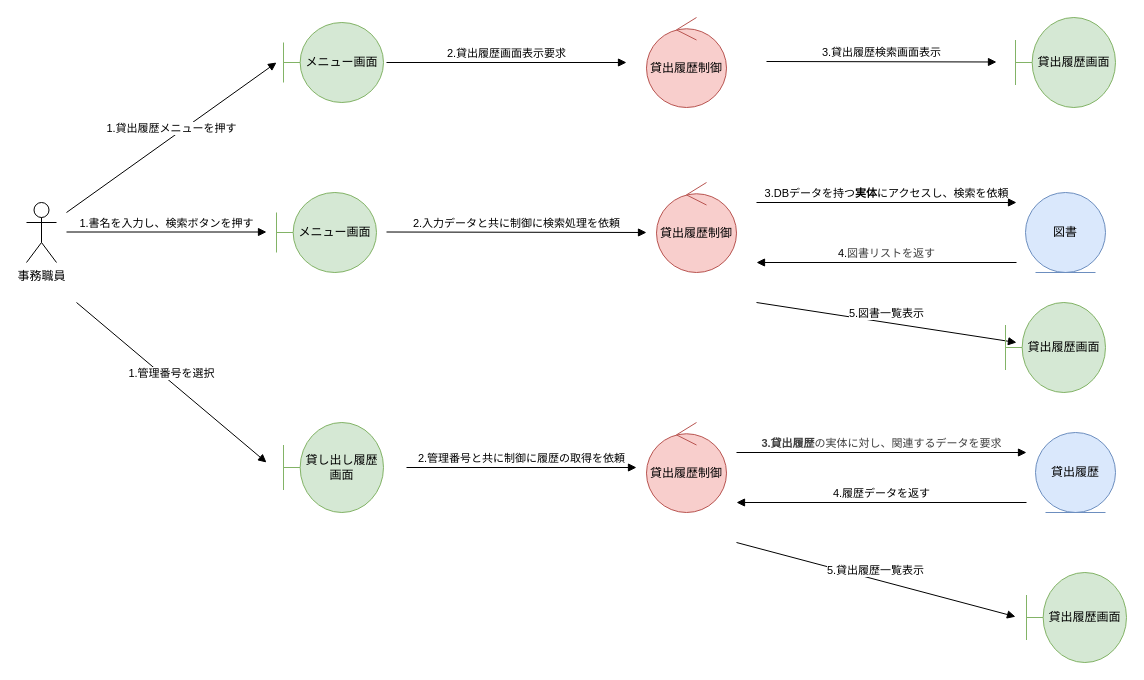
Before: roba_04.drawio in mameiku/group3-4-No.2, a draw.io diagram. Source tidied: cells renumbered, new cells numbered last; positions are measured from the earlier drawing's top-left corner, leaving out a move shared by most shapes. Both pictures are drawn from the tidied source at 100%, with x=0, y=0 at pixel (26, 17).
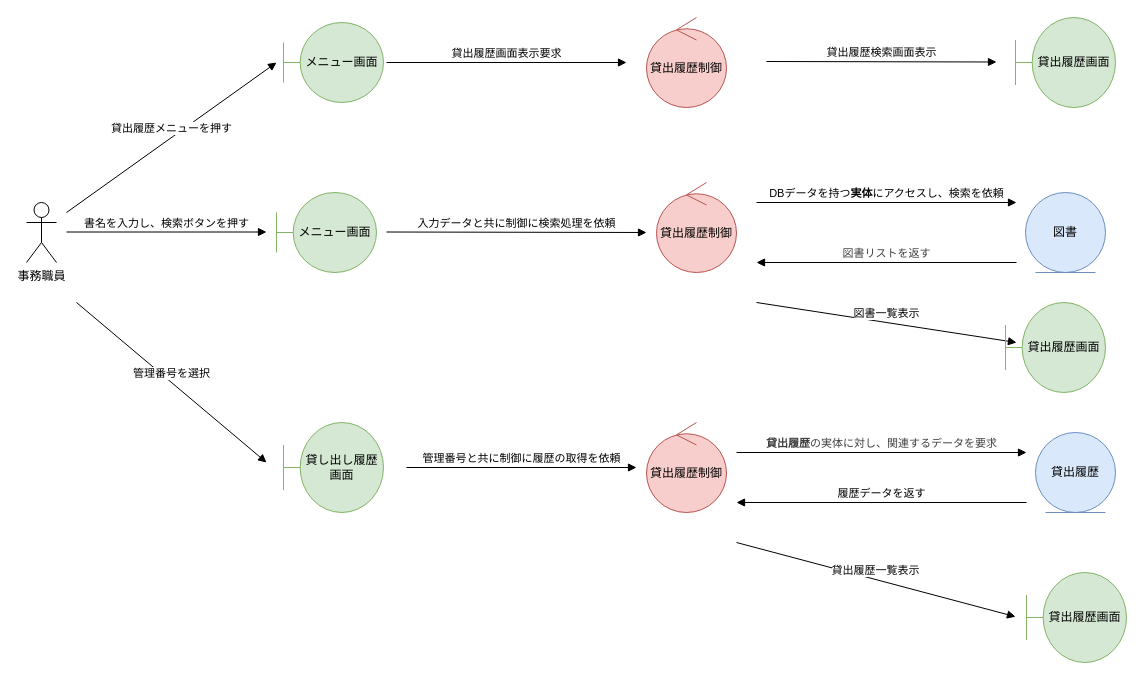
The same diagram, later.

Diff of the diagram source:
```diff
@@
-    <mxCell id="3" value="メニュー画面" style="shape=umlBoundary;whiteSpace=wrap;html=1;fillColor=#d5e8d4;strokeColor=#82b366;" parent="1" vertex="1">
+    <mxCell id="3" value="メニュー画面" style="shape=umlBoundary;whiteSpace=wrap;html=1;fillColor=#D5E8D4;strokeColor=#82b366;" parent="1" vertex="1">
       <mxGeometry x="257" y="5" width="100" height="80" as="geometry" />
     </mxCell>
@@
-    <mxCell id="7" value="1.貸出履歴メニューを押す" style="html=1;verticalAlign=bottom;endArrow=block;curved=0;rounded=0;" parent="1" edge="1">
+    <mxCell id="7" value="貸出履歴メニューを押す" style="html=1;verticalAlign=bottom;endArrow=block;curved=0;rounded=0;" parent="1" edge="1">
       <mxGeometry relative="1" as="geometry">
         <mxPoint x="40" y="195" as="sourcePoint" />
         <mxPoint x="250" y="45" as="targetPoint" />
       </mxGeometry>
     </mxCell>
-    <mxCell id="8" value="2.貸出履歴画面表示要求" style="html=1;verticalAlign=bottom;endArrow=block;curved=0;rounded=0;" parent="1" edge="1">
+    <mxCell id="8" value="貸出履歴画面表示要求" style="html=1;verticalAlign=bottom;endArrow=block;curved=0;rounded=0;" parent="1" edge="1">
       <mxGeometry relative="1" as="geometry">
         <mxPoint x="360" y="45" as="sourcePoint" />
         <mxPoint x="600" y="45" as="targetPoint" />
       </mxGeometry>
     </mxCell>
-    <mxCell id="9" value="3.貸出履歴検索画面表示" style="html=1;verticalAlign=bottom;endArrow=block;curved=0;rounded=0;" parent="1" edge="1">
+    <mxCell id="9" value="貸出履歴検索画面表示" style="html=1;verticalAlign=bottom;endArrow=block;curved=0;rounded=0;" parent="1" edge="1">
       <mxGeometry relative="1" as="geometry">
         <mxPoint x="740" y="44" as="sourcePoint" />
         <mxPoint x="970" y="44.5" as="targetPoint" />
       </mxGeometry>
     </mxCell>
@@
-    <mxCell id="11" value="1.書名を入力し、検索ボタンを押す" style="html=1;verticalAlign=bottom;endArrow=block;curved=0;rounded=0;" parent="1" edge="1">
+    <mxCell id="11" value="書名を入力し、検索ボタンを押す" style="html=1;verticalAlign=bottom;endArrow=block;curved=0;rounded=0;" parent="1" edge="1">
       <mxGeometry relative="1" as="geometry">
         <mxPoint x="40" y="214.5" as="sourcePoint" />
         <mxPoint x="240" y="214.5" as="targetPoint" />
       </mxGeometry>
     </mxCell>
@@
-    <mxCell id="13" value="2.入力データと共に制御に検索処理を依頼" style="html=1;verticalAlign=bottom;endArrow=block;curved=0;rounded=0;" parent="1" edge="1">
+    <mxCell id="13" value="入力データと共に制御に検索処理を依頼" style="html=1;verticalAlign=bottom;endArrow=block;curved=0;rounded=0;" parent="1" edge="1">
       <mxGeometry relative="1" as="geometry">
         <mxPoint x="360" y="214.5" as="sourcePoint" />
         <mxPoint x="620" y="215" as="targetPoint" />
       </mxGeometry>
     </mxCell>
-    <mxCell id="14" value="3.DBデータを持つ&lt;b&gt;実体&lt;/b&gt;にアクセスし、検索を依頼" style="html=1;verticalAlign=bottom;endArrow=block;curved=0;rounded=0;" parent="1" edge="1">
+    <mxCell id="14" value="DBデータを持つ&lt;b&gt;実体&lt;/b&gt;にアクセスし、検索を依頼" style="html=1;verticalAlign=bottom;endArrow=block;curved=0;rounded=0;" parent="1" edge="1">
       <mxGeometry relative="1" as="geometry">
         <mxPoint x="730" y="185" as="sourcePoint" />
         <mxPoint x="990" y="185" as="targetPoint" />
       </mxGeometry>
     </mxCell>
-    <mxCell id="15" value="4.&lt;span style=&quot;color: rgb(63, 63, 63); background-color: light-dark(#ffffff, var(--ge-dark-color, #121212));&quot;&gt;図書リストを返す&lt;/span&gt;" style="html=1;verticalAlign=bottom;endArrow=block;curved=0;rounded=0;" parent="1" edge="1">
+    <mxCell id="15" value="&lt;span style=&quot;color: rgb(63, 63, 63); background-color: light-dark(#ffffff, var(--ge-dark-color, #121212));&quot;&gt;図書リストを返す&lt;/span&gt;" style="html=1;verticalAlign=bottom;endArrow=block;curved=0;rounded=0;" parent="1" edge="1">
       <mxGeometry relative="1" as="geometry">
         <mxPoint x="990" y="245" as="sourcePoint" />
         <mxPoint x="730" y="245" as="targetPoint" />
       </mxGeometry>
     </mxCell>
-    <mxCell id="16" value="5.図書一覧表示" style="html=1;verticalAlign=bottom;endArrow=block;curved=0;rounded=0;" parent="1" edge="1">
+    <mxCell id="16" value="図書一覧表示" style="html=1;verticalAlign=bottom;endArrow=block;curved=0;rounded=0;" parent="1" edge="1">
       <mxGeometry relative="1" as="geometry">
         <mxPoint x="730" y="285" as="sourcePoint" />
         <mxPoint x="990" y="325" as="targetPoint" />
       </mxGeometry>
     </mxCell>
@@
-    <mxCell id="18" value="1.管理番号を選択" style="html=1;verticalAlign=bottom;endArrow=block;curved=0;rounded=0;" parent="1" edge="1">
+    <mxCell id="18" value="管理番号を選択" style="html=1;verticalAlign=bottom;endArrow=block;curved=0;rounded=0;" parent="1" edge="1">
       <mxGeometry relative="1" as="geometry">
         <mxPoint x="50" y="285" as="sourcePoint" />
         <mxPoint x="240" y="445" as="targetPoint" />
       </mxGeometry>
     </mxCell>
@@
-    <mxCell id="20" value="2.管理番号と共に制御に履歴の取得を依頼" style="html=1;verticalAlign=bottom;endArrow=block;curved=0;rounded=0;" parent="1" edge="1">
+    <mxCell id="20" value="管理番号と共に制御に履歴の取得を依頼" style="html=1;verticalAlign=bottom;endArrow=block;curved=0;rounded=0;" parent="1" edge="1">
       <mxGeometry relative="1" as="geometry">
         <mxPoint x="380" y="450" as="sourcePoint" />
         <mxPoint x="610" y="450" as="targetPoint" />
       </mxGeometry>
     </mxCell>
@@
-    <mxCell id="22" value="&lt;span style=&quot;color: rgb(63, 63, 63); background-color: light-dark(#ffffff, var(--ge-dark-color, #121212));&quot;&gt;&lt;b&gt;3.貸出履歴&lt;/b&gt;の実体に対し、関連するデータを要求&lt;/span&gt;" style="html=1;verticalAlign=bottom;endArrow=block;curved=0;rounded=0;" parent="1" edge="1">
+    <mxCell id="22" value="&lt;span style=&quot;color: rgb(63, 63, 63); background-color: light-dark(#ffffff, var(--ge-dark-color, #121212));&quot;&gt;&lt;b&gt;貸出履歴&lt;/b&gt;の実体に対し、関連するデータを要求&lt;/span&gt;" style="html=1;verticalAlign=bottom;endArrow=block;curved=0;rounded=0;" parent="1" edge="1">
       <mxGeometry relative="1" as="geometry">
         <mxPoint x="710" y="435" as="sourcePoint" />
         <mxPoint x="1000" y="435" as="targetPoint" />
       </mxGeometry>
     </mxCell>
-    <mxCell id="23" value="4.履歴データを返す" style="html=1;verticalAlign=bottom;endArrow=block;curved=0;rounded=0;" parent="1" edge="1">
+    <mxCell id="23" value="履歴データを返す" style="html=1;verticalAlign=bottom;endArrow=block;curved=0;rounded=0;" parent="1" edge="1">
       <mxGeometry relative="1" as="geometry">
         <mxPoint x="1000" y="485" as="sourcePoint" />
         <mxPoint x="710" y="485" as="targetPoint" />
       </mxGeometry>
     </mxCell>
-    <mxCell id="24" value="5.貸出履歴一覧表示" style="html=1;verticalAlign=bottom;endArrow=block;curved=0;rounded=0;" parent="1" edge="1">
+    <mxCell id="24" value="貸出履歴一覧表示" style="html=1;verticalAlign=bottom;endArrow=block;curved=0;rounded=0;" parent="1" edge="1">
       <mxGeometry relative="1" as="geometry">
         <mxPoint x="710" y="525" as="sourcePoint" />
         <mxPoint x="989" y="599.2" as="targetPoint" />
       </mxGeometry>
     </mxCell>
```
